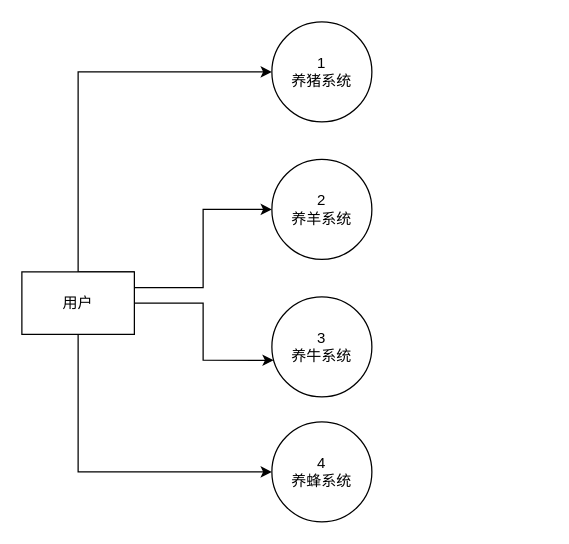
The draw.io diagram firstlogic.drawio in FanDoggie/github-slideshow, before the edit. Source tidied: cells renumbered, new cells numbered last; positions are measured from the earlier drawing's top-left corner, leaving out a move shared by most shapes. Both pictures are drawn from the tidied source at 125%, with x=0, y=0 at pixel (21, 21).
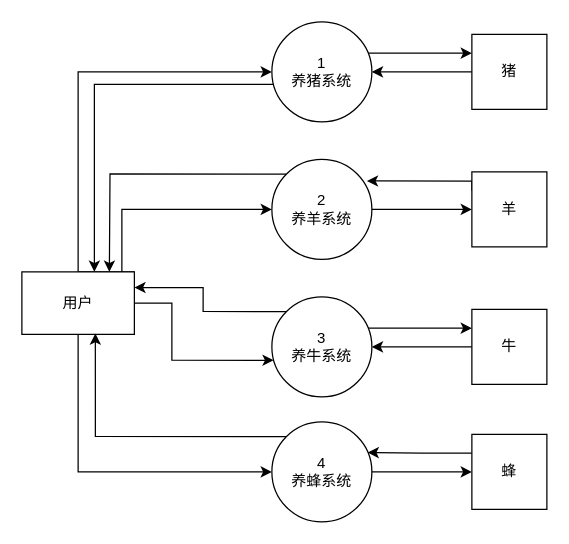
The same diagram, later.

The change refers to these unchanged cells:
```xml
<mxCell id="6" value="用户" style="rounded=0;whiteSpace=wrap;html=1;" parent="1" vertex="1">
  <mxGeometry y="200" width="90" height="50" as="geometry" />
</mxCell>
<mxCell id="7" value="2&lt;br&gt;养羊系统" style="ellipse;whiteSpace=wrap;html=1;" parent="1" vertex="1">
  <mxGeometry x="200" y="110" width="80" height="80" as="geometry" />
</mxCell>
<mxCell id="8" value="4&lt;br&gt;养蜂系统" style="ellipse;whiteSpace=wrap;html=1;" parent="1" vertex="1">
  <mxGeometry x="200" y="320" width="80" height="80" as="geometry" />
</mxCell>
<mxCell id="9" value="1&lt;br&gt;养猪系统" style="ellipse;whiteSpace=wrap;html=1;" parent="1" vertex="1">
  <mxGeometry x="200" width="80" height="80" as="geometry" />
</mxCell>
<mxCell id="10" value="3&lt;br&gt;养牛系统" style="ellipse;whiteSpace=wrap;html=1;" parent="1" vertex="1">
  <mxGeometry x="200" y="220" width="80" height="80" as="geometry" />
</mxCell>
```

Change to the diagram source:
```diff
@@
-    <mxCell id="3" style="edgeStyle=orthogonalEdgeStyle;rounded=0;jettySize=auto;html=1;exitX=1;exitY=0.25;exitDx=0;exitDy=0;entryX=0;entryY=0.5;entryDx=0;entryDy=0;" parent="1" edge="1" source="6" target="7">
-      <mxGeometry relative="1" as="geometry" />
-    </mxCell>
     <mxCell id="4" style="edgeStyle=orthogonalEdgeStyle;rounded=0;jettySize=auto;html=1;exitX=1;exitY=0.5;exitDx=0;exitDy=0;entryX=0.018;entryY=0.634;entryDx=0;entryDy=0;entryPerimeter=0;" parent="1" edge="1" source="6" target="10">
-      <mxGeometry relative="1" as="geometry" />
+      <mxGeometry relative="1" as="geometry">
+        <Array as="points">
+          <mxPoint x="120" y="225" />
+          <mxPoint x="120" y="271" />
+        </Array>
+      </mxGeometry>
     </mxCell>
@@
+    <mxCell id="11" style="edgeStyle=orthogonalEdgeStyle;rounded=0;jettySize=auto;html=1;exitX=0;exitY=0;exitDx=0;exitDy=0;" parent="1" edge="1" source="7">
+      <mxGeometry relative="1" as="geometry">
+        <mxPoint x="70" y="200" as="targetPoint" />
+      </mxGeometry>
+    </mxCell>
+    <mxCell id="12" style="edgeStyle=orthogonalEdgeStyle;rounded=0;jettySize=auto;html=1;exitX=1;exitY=0.5;exitDx=0;exitDy=0;entryX=0;entryY=0.5;entryDx=0;entryDy=0;" parent="1" edge="1" source="7" target="21">
+      <mxGeometry relative="1" as="geometry" />
+    </mxCell>
@@
+    <mxCell id="13" style="edgeStyle=orthogonalEdgeStyle;rounded=0;jettySize=auto;html=1;exitX=0;exitY=0;exitDx=0;exitDy=0;entryX=0.653;entryY=0.986;entryDx=0;entryDy=0;entryPerimeter=0;" parent="1" edge="1" source="8" target="6">
+      <mxGeometry relative="1" as="geometry" />
+    </mxCell>
+    <mxCell id="14" style="edgeStyle=orthogonalEdgeStyle;rounded=0;jettySize=auto;html=1;exitX=1;exitY=0.5;exitDx=0;exitDy=0;entryX=0;entryY=0.5;entryDx=0;entryDy=0;" parent="1" edge="1" source="8" target="23">
+      <mxGeometry relative="1" as="geometry" />
+    </mxCell>
@@
+    <mxCell id="15" style="edgeStyle=orthogonalEdgeStyle;rounded=0;jettySize=auto;html=1;exitX=1;exitY=0;exitDx=0;exitDy=0;entryX=0;entryY=0.25;entryDx=0;entryDy=0;" parent="1" edge="1" source="9" target="27">
+      <mxGeometry relative="1" as="geometry">
+        <Array as="points">
+          <mxPoint x="268" y="25" />
+        </Array>
+      </mxGeometry>
+    </mxCell>
@@
+    <mxCell id="16" style="edgeStyle=orthogonalEdgeStyle;rounded=0;jettySize=auto;html=1;exitX=0;exitY=0;exitDx=0;exitDy=0;entryX=1;entryY=0.25;entryDx=0;entryDy=0;" parent="1" edge="1" source="10" target="6">
+      <mxGeometry relative="1" as="geometry">
+        <Array as="points">
+          <mxPoint x="145" y="232" />
+          <mxPoint x="145" y="213" />
+        </Array>
+      </mxGeometry>
+    </mxCell>
+    <mxCell id="17" style="edgeStyle=orthogonalEdgeStyle;rounded=0;jettySize=auto;html=1;exitX=1;exitY=0;exitDx=0;exitDy=0;entryX=0;entryY=0.25;entryDx=0;entryDy=0;" parent="1" edge="1" source="10" target="25">
+      <mxGeometry relative="1" as="geometry">
+        <Array as="points">
+          <mxPoint x="268" y="245" />
+        </Array>
+      </mxGeometry>
+    </mxCell>
@@
+    <mxCell id="18" style="endArrow=classic;html=1;rounded=0;exitX=0.019;exitY=0.625;exitDx=0;exitDy=0;exitPerimeter=0;" parent="1" edge="1" source="9">
+      <mxGeometry relative="1" as="geometry">
+        <mxPoint x="58" y="200" as="targetPoint" />
+        <Array as="points">
+          <mxPoint x="58" y="50" />
+          <mxPoint x="58" y="120" />
+        </Array>
+      </mxGeometry>
+    </mxCell>
+    <mxCell id="19" style="endArrow=classic;html=1;rounded=0;entryX=0;entryY=0.5;entryDx=0;entryDy=0;" parent="1" edge="1" target="7">
+      <mxGeometry relative="1" as="geometry">
+        <mxPoint x="80" y="200" as="sourcePoint" />
+        <Array as="points">
+          <mxPoint x="80" y="150" />
+        </Array>
+      </mxGeometry>
+    </mxCell>
+    <mxCell id="20" style="edgeStyle=orthogonalEdgeStyle;rounded=0;jettySize=auto;html=1;exitX=0;exitY=0.25;exitDx=0;exitDy=0;entryX=0.95;entryY=0.216;entryDx=0;entryDy=0;entryPerimeter=0;" parent="1" edge="1" source="21" target="7">
+      <mxGeometry relative="1" as="geometry">
+        <Array as="points">
+          <mxPoint x="360" y="127" />
+        </Array>
+      </mxGeometry>
+    </mxCell>
+    <mxCell id="21" value="羊" style="whiteSpace=wrap;html=1;" parent="1" vertex="1">
+      <mxGeometry x="360" y="120" width="60" height="60" as="geometry" />
+    </mxCell>
+    <mxCell id="22" style="edgeStyle=orthogonalEdgeStyle;rounded=0;jettySize=auto;html=1;exitX=0;exitY=0.25;exitDx=0;exitDy=0;entryX=0.958;entryY=0.306;entryDx=0;entryDy=0;entryPerimeter=0;" parent="1" edge="1" source="23" target="8">
+      <mxGeometry relative="1" as="geometry" />
+    </mxCell>
+    <mxCell id="23" value="蜂" style="whiteSpace=wrap;html=1;" parent="1" vertex="1">
+      <mxGeometry x="360" y="330" width="60" height="60" as="geometry" />
+    </mxCell>
+    <mxCell id="24" style="edgeStyle=orthogonalEdgeStyle;rounded=0;jettySize=auto;html=1;exitX=0;exitY=0.5;exitDx=0;exitDy=0;entryX=1;entryY=0.5;entryDx=0;entryDy=0;" parent="1" edge="1" source="25" target="10">
+      <mxGeometry relative="1" as="geometry" />
+    </mxCell>
+    <mxCell id="25" value="牛" style="whiteSpace=wrap;html=1;" parent="1" vertex="1">
+      <mxGeometry x="360" y="230" width="60" height="60" as="geometry" />
+    </mxCell>
+    <mxCell id="26" style="edgeStyle=orthogonalEdgeStyle;rounded=0;jettySize=auto;html=1;exitX=0;exitY=0.5;exitDx=0;exitDy=0;entryX=1;entryY=0.5;entryDx=0;entryDy=0;" parent="1" edge="1" source="27" target="9">
+      <mxGeometry relative="1" as="geometry" />
+    </mxCell>
+    <mxCell id="27" value="猪" style="whiteSpace=wrap;html=1;" parent="1" vertex="1">
+      <mxGeometry x="360" y="10" width="60" height="60" as="geometry" />
+    </mxCell>
```
